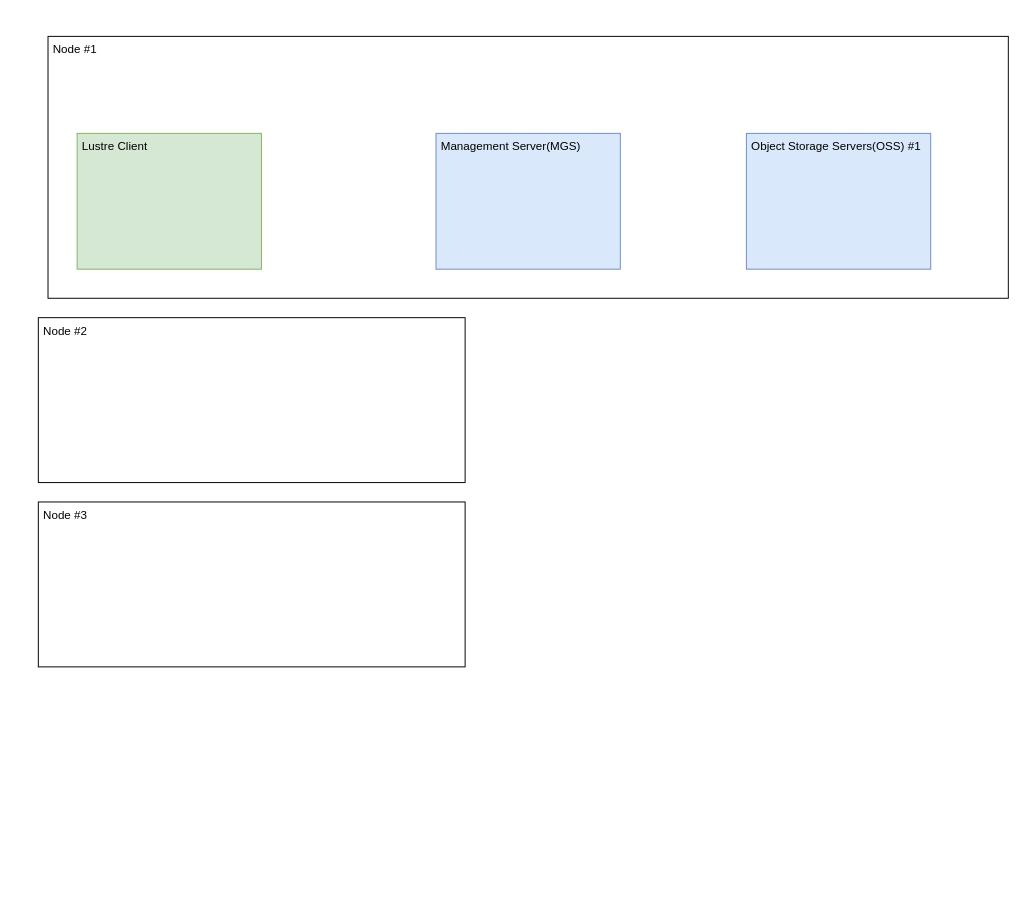
Earlier version of the draw.io diagram Lustre FS.drawio (weed700/Lustre_study). Source tidied: cells renumbered, new cells numbered last; positions are measured from the earlier drawing's top-left corner, leaving out a move shared by most shapes. Both pictures are drawn from the tidied source at 97%, with x=0, y=0 at pixel (38, 36).
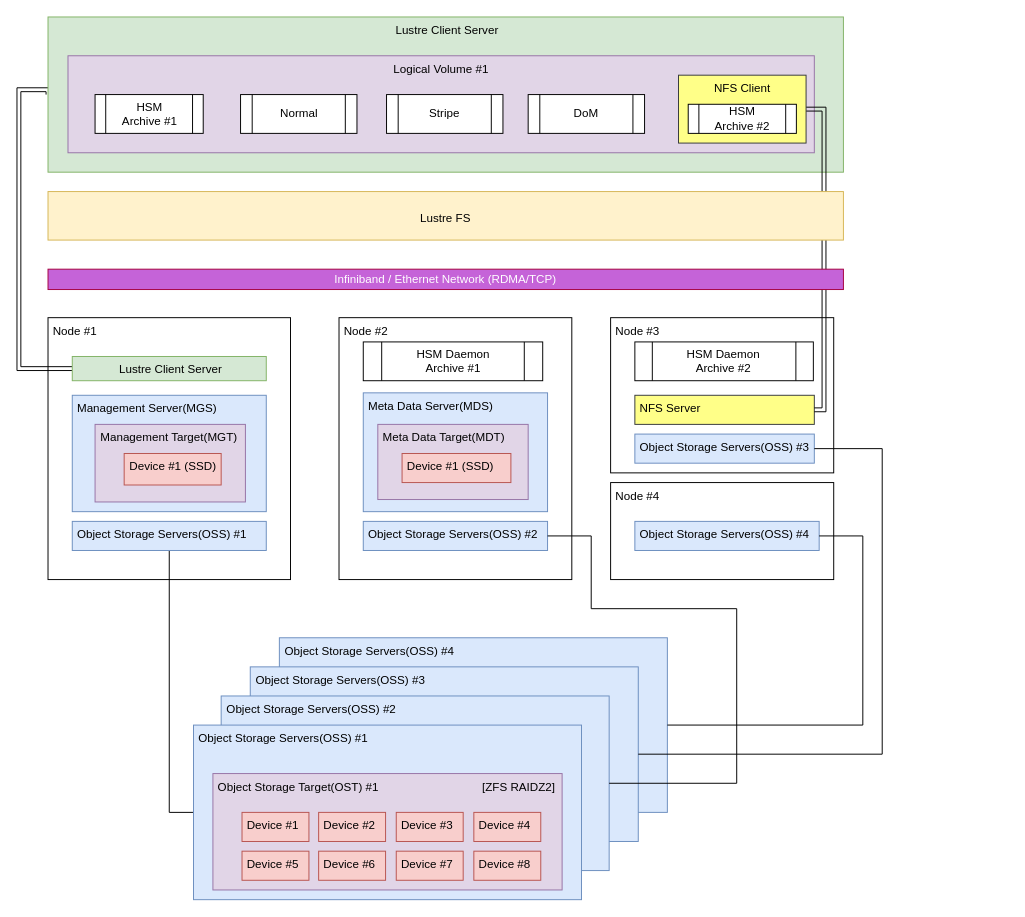
The same diagram, later.

Diff of the diagram source:
```diff
@@
+    <mxCell id="3" value="&amp;nbsp;Node #1&amp;nbsp;&lt;br&gt;" style="rounded=0;whiteSpace=wrap;html=1;align=left;verticalAlign=top;" parent="1" vertex="1">
+      <mxGeometry x="10" y="290" width="250" height="270" as="geometry" />
+    </mxCell>
+    <mxCell id="6" value="&amp;nbsp;Management Server(MGS)" style="rounded=0;whiteSpace=wrap;html=1;align=left;verticalAlign=top;fillColor=#dae8fc;strokeColor=#6c8ebf;" parent="1" vertex="1">
+      <mxGeometry x="35" y="370" width="200" height="120" as="geometry" />
+    </mxCell>
+    <mxCell id="8" value="&amp;nbsp;Management Target(MGT)" style="rounded=0;whiteSpace=wrap;html=1;align=left;verticalAlign=top;fillColor=#e1d5e7;strokeColor=#9673a6;" parent="1" vertex="1">
+      <mxGeometry x="58.5" y="400" width="155" height="80" as="geometry" />
+    </mxCell>
+    <mxCell id="9" value="&lt;div style=&quot;text-align: center;&quot;&gt;&lt;span style=&quot;background-color: initial;&quot;&gt;&amp;nbsp;Device #1&amp;nbsp;&lt;/span&gt;&lt;span style=&quot;background-color: initial;&quot;&gt;(SSD)&lt;/span&gt;&lt;/div&gt;" style="rounded=0;whiteSpace=wrap;html=1;align=left;verticalAlign=top;fillColor=#f8cecc;strokeColor=#b85450;" parent="1" vertex="1">
+      <mxGeometry x="88.5" y="430" width="100" height="32.5" as="geometry" />
+    </mxCell>
+    <mxCell id="10" value="&amp;nbsp;Object Storage Servers(OSS) #4" style="rounded=0;whiteSpace=wrap;html=1;align=left;verticalAlign=top;fillColor=#dae8fc;strokeColor=#6c8ebf;" parent="1" vertex="1">
+      <mxGeometry x="248.5" y="620" width="400" height="180" as="geometry" />
+    </mxCell>
+    <mxCell id="11" value="&amp;nbsp;Object Storage Servers(OSS) #3" style="rounded=0;whiteSpace=wrap;html=1;align=left;verticalAlign=top;fillColor=#dae8fc;strokeColor=#6c8ebf;" parent="1" vertex="1">
+      <mxGeometry x="218.5" y="650" width="400" height="180" as="geometry" />
+    </mxCell>
+    <mxCell id="12" value="&amp;nbsp;Object Storage Servers(OSS) #2" style="rounded=0;whiteSpace=wrap;html=1;align=left;verticalAlign=top;fillColor=#dae8fc;strokeColor=#6c8ebf;" parent="1" vertex="1">
+      <mxGeometry x="188.5" y="680" width="400" height="180" as="geometry" />
+    </mxCell>
+    <mxCell id="13" style="edgeStyle=orthogonalEdgeStyle;rounded=0;jettySize=auto;html=1;exitX=0;exitY=0.5;exitDx=0;exitDy=0;fontSize=12;endArrow=none;endFill=0;" parent="1" edge="1" source="14" target="24">
+      <mxGeometry relative="1" as="geometry" />
+    </mxCell>
+    <mxCell id="14" value="&amp;nbsp;Object Storage Servers(OSS) #1" style="rounded=0;whiteSpace=wrap;html=1;align=left;verticalAlign=top;fillColor=#dae8fc;strokeColor=#6c8ebf;" parent="1" vertex="1">
+      <mxGeometry x="160" y="710" width="400" height="180" as="geometry" />
+    </mxCell>
+    <mxCell id="15" value="&amp;nbsp;Object Storage Target(OST) #1&amp;nbsp; &amp;nbsp; &amp;nbsp; &amp;nbsp; &amp;nbsp; &amp;nbsp; &amp;nbsp; &amp;nbsp; &amp;nbsp; &amp;nbsp; &amp;nbsp; &amp;nbsp; &amp;nbsp; &amp;nbsp; &amp;nbsp; &amp;nbsp; [ZFS RAIDZ2]&amp;nbsp;" style="rounded=0;whiteSpace=wrap;html=1;align=left;verticalAlign=top;fillColor=#e1d5e7;strokeColor=#9673a6;" parent="1" vertex="1">
+      <mxGeometry x="180" y="760" width="360" height="120" as="geometry" />
+    </mxCell>
+    <mxCell id="16" value="&amp;nbsp;Device #1" style="rounded=0;whiteSpace=wrap;html=1;align=left;verticalAlign=top;fillColor=#f8cecc;strokeColor=#b85450;" parent="1" vertex="1">
+      <mxGeometry x="210" y="800" width="69" height="30" as="geometry" />
+    </mxCell>
+    <mxCell id="17" value="&amp;nbsp;Device #2" style="rounded=0;whiteSpace=wrap;html=1;align=left;verticalAlign=top;fillColor=#f8cecc;strokeColor=#b85450;" parent="1" vertex="1">
+      <mxGeometry x="289" y="800" width="69" height="30" as="geometry" />
+    </mxCell>
+    <mxCell id="18" value="&amp;nbsp;Device #3" style="rounded=0;whiteSpace=wrap;html=1;align=left;verticalAlign=top;fillColor=#f8cecc;strokeColor=#b85450;" parent="1" vertex="1">
+      <mxGeometry x="369" y="800" width="69" height="30" as="geometry" />
+    </mxCell>
+    <mxCell id="19" value="&amp;nbsp;Device #4" style="rounded=0;whiteSpace=wrap;html=1;align=left;verticalAlign=top;fillColor=#f8cecc;strokeColor=#b85450;" parent="1" vertex="1">
+      <mxGeometry x="449" y="800" width="69" height="30" as="geometry" />
+    </mxCell>
+    <mxCell id="20" value="&amp;nbsp;Device #5" style="rounded=0;whiteSpace=wrap;html=1;align=left;verticalAlign=top;fillColor=#f8cecc;strokeColor=#b85450;" parent="1" vertex="1">
+      <mxGeometry x="210" y="840" width="69" height="30" as="geometry" />
+    </mxCell>
+    <mxCell id="21" value="&amp;nbsp;Device #6" style="rounded=0;whiteSpace=wrap;html=1;align=left;verticalAlign=top;fillColor=#f8cecc;strokeColor=#b85450;" parent="1" vertex="1">
+      <mxGeometry x="289" y="840" width="69" height="30" as="geometry" />
+    </mxCell>
+    <mxCell id="22" value="&amp;nbsp;Device #7" style="rounded=0;whiteSpace=wrap;html=1;align=left;verticalAlign=top;fillColor=#f8cecc;strokeColor=#b85450;" parent="1" vertex="1">
+      <mxGeometry x="369" y="840" width="69" height="30" as="geometry" />
+    </mxCell>
+    <mxCell id="23" value="&amp;nbsp;Device #8" style="rounded=0;whiteSpace=wrap;html=1;align=left;verticalAlign=top;fillColor=#f8cecc;strokeColor=#b85450;" parent="1" vertex="1">
+      <mxGeometry x="449" y="840" width="69" height="30" as="geometry" />
+    </mxCell>
+    <mxCell id="24" value="&amp;nbsp;Object Storage Servers(OSS) #1" style="rounded=0;whiteSpace=wrap;html=1;align=left;verticalAlign=top;fillColor=#dae8fc;strokeColor=#6c8ebf;" parent="1" vertex="1">
+      <mxGeometry x="35" y="500" width="200" height="30" as="geometry" />
+    </mxCell>
     <mxCell id="2" value="&amp;nbsp;Node #3" style="rounded=0;whiteSpace=wrap;html=1;align=left;verticalAlign=top;" parent="1" vertex="1">
-      <mxGeometry y="480" width="440" height="170" as="geometry" />
+      <mxGeometry x="590" y="290" width="230" height="160" as="geometry" />
     </mxCell>
-    <mxCell id="3" value="&amp;nbsp;Node #1&amp;nbsp;&lt;br&gt;" style="rounded=0;whiteSpace=wrap;html=1;align=left;verticalAlign=top;" parent="1" vertex="1">
-      <mxGeometry x="10" width="990" height="270" as="geometry" />
-    </mxCell>
+    <mxCell id="25" value="&amp;nbsp;Object Storage Servers(OSS) #3" style="rounded=0;whiteSpace=wrap;html=1;align=left;verticalAlign=top;fillColor=#dae8fc;strokeColor=#6c8ebf;" parent="1" vertex="1">
+      <mxGeometry x="615" y="410" width="185" height="30" as="geometry" />
+    </mxCell>
+    <mxCell id="26" value="&amp;nbsp;Node #4" style="rounded=0;whiteSpace=wrap;html=1;align=left;verticalAlign=top;" parent="1" vertex="1">
+      <mxGeometry x="590" y="460" width="230" height="100" as="geometry" />
+    </mxCell>
+    <mxCell id="27" value="&amp;nbsp;Object Storage Servers(OSS) #4" style="rounded=0;whiteSpace=wrap;html=1;align=left;verticalAlign=top;fillColor=#dae8fc;strokeColor=#6c8ebf;" parent="1" vertex="1">
+      <mxGeometry x="615" y="500" width="190" height="30" as="geometry" />
+    </mxCell>
+    <mxCell id="28" style="edgeStyle=orthogonalEdgeStyle;shape=link;rounded=0;jettySize=auto;html=1;exitX=0;exitY=0.5;exitDx=0;exitDy=0;entryX=0;entryY=0.5;entryDx=0;entryDy=0;fontSize=12;endArrow=none;endFill=0;" parent="1" edge="1" source="29" target="36">
+      <mxGeometry relative="1" as="geometry">
+        <Array as="points">
+          <mxPoint x="-20" y="343" />
+          <mxPoint x="-20" y="55" />
+        </Array>
+      </mxGeometry>
+    </mxCell>
+    <mxCell id="29" value="&amp;nbsp;Lustre Client Server" style="rounded=0;whiteSpace=wrap;html=1;align=center;verticalAlign=top;fillColor=#d5e8d4;strokeColor=#82b366;" parent="1" vertex="1">
+      <mxGeometry x="35" y="330" width="200" height="25" as="geometry" />
+    </mxCell>
     <mxCell id="4" value="&amp;nbsp;Node #2" style="rounded=0;whiteSpace=wrap;html=1;align=left;verticalAlign=top;" parent="1" vertex="1">
-      <mxGeometry y="290" width="440" height="170" as="geometry" />
+      <mxGeometry x="310" y="290" width="240" height="270" as="geometry" />
     </mxCell>
-    <mxCell id="5" value="&amp;nbsp;Lustre Client" style="rounded=0;whiteSpace=wrap;html=1;align=left;verticalAlign=top;fillColor=#d5e8d4;strokeColor=#82b366;" parent="1" vertex="1">
-      <mxGeometry x="40" y="100" width="190" height="140" as="geometry" />
-    </mxCell>
-    <mxCell id="6" value="&amp;nbsp;Management Server(MGS)" style="rounded=0;whiteSpace=wrap;html=1;align=left;verticalAlign=top;fillColor=#dae8fc;strokeColor=#6c8ebf;" parent="1" vertex="1">
-      <mxGeometry x="410" y="100" width="190" height="140" as="geometry" />
-    </mxCell>
-    <mxCell id="7" value="&amp;nbsp;Object Storage Servers(OSS) #1" style="rounded=0;whiteSpace=wrap;html=1;align=left;verticalAlign=top;fillColor=#dae8fc;strokeColor=#6c8ebf;" parent="1" vertex="1">
-      <mxGeometry x="730" y="100" width="190" height="140" as="geometry" />
-    </mxCell>
+    <mxCell id="30" value="&amp;nbsp;Meta Data Server(MDS)" style="rounded=0;whiteSpace=wrap;html=1;align=left;verticalAlign=top;fillColor=#dae8fc;strokeColor=#6c8ebf;" parent="1" vertex="1">
+      <mxGeometry x="335" y="367.5" width="190" height="122.5" as="geometry" />
+    </mxCell>
+    <mxCell id="31" value="&amp;nbsp;Object Storage Servers(OSS) #2" style="rounded=0;whiteSpace=wrap;html=1;align=left;verticalAlign=top;fillColor=#dae8fc;strokeColor=#6c8ebf;" parent="1" vertex="1">
+      <mxGeometry x="335" y="500" width="190" height="30" as="geometry" />
+    </mxCell>
+    <mxCell id="32" value="&amp;nbsp;Meta Data Target(MDT)" style="rounded=0;whiteSpace=wrap;html=1;align=left;verticalAlign=top;fillColor=#e1d5e7;strokeColor=#9673a6;" parent="1" vertex="1">
+      <mxGeometry x="350" y="400" width="155" height="77.5" as="geometry" />
+    </mxCell>
+    <mxCell id="33" value="&lt;div style=&quot;text-align: center;&quot;&gt;&lt;span style=&quot;background-color: initial;&quot;&gt;&amp;nbsp;Device #1&amp;nbsp;&lt;/span&gt;&lt;span style=&quot;background-color: initial;&quot;&gt;(SSD)&lt;/span&gt;&lt;/div&gt;" style="rounded=0;whiteSpace=wrap;html=1;align=left;verticalAlign=top;fillColor=#f8cecc;strokeColor=#b85450;" parent="1" vertex="1">
+      <mxGeometry x="375" y="430" width="112.2" height="30" as="geometry" />
+    </mxCell>
+    <mxCell id="34" style="edgeStyle=orthogonalEdgeStyle;rounded=0;jettySize=auto;html=1;exitX=1;exitY=0.5;exitDx=0;exitDy=0;entryX=1;entryY=0.5;entryDx=0;entryDy=0;fontSize=12;endArrow=none;endFill=0;" parent="1" edge="1" source="10" target="27">
+      <mxGeometry relative="1" as="geometry">
+        <Array as="points">
+          <mxPoint x="850" y="710" />
+          <mxPoint x="850" y="515" />
+        </Array>
+      </mxGeometry>
+    </mxCell>
+    <mxCell id="35" style="edgeStyle=orthogonalEdgeStyle;rounded=0;jettySize=auto;html=1;exitX=1;exitY=0.5;exitDx=0;exitDy=0;fontSize=12;endArrow=none;endFill=0;" parent="1" edge="1" source="12" target="31">
+      <mxGeometry relative="1" as="geometry">
+        <Array as="points">
+          <mxPoint x="720" y="770" />
+          <mxPoint x="720" y="590" />
+          <mxPoint x="570" y="590" />
+          <mxPoint x="570" y="515" />
+        </Array>
+      </mxGeometry>
+    </mxCell>
+    <mxCell id="36" value="&amp;nbsp;Lustre Client Server" style="rounded=0;whiteSpace=wrap;html=1;align=center;verticalAlign=top;fillColor=#d5e8d4;strokeColor=#82b366;" parent="1" vertex="1">
+      <mxGeometry x="10" y="-20" width="820" height="160" as="geometry" />
+    </mxCell>
+    <mxCell id="37" value="Logical Volume #1" style="rounded=0;whiteSpace=wrap;html=1;align=center;verticalAlign=top;fillColor=#e1d5e7;strokeColor=#9673a6;" parent="1" vertex="1">
+      <mxGeometry x="30.6" y="20" width="769.4" height="100" as="geometry" />
+    </mxCell>
+    <mxCell id="38" value="HSM&lt;br&gt;Archive #1" style="shape=process;whiteSpace=wrap;html=1;backgroundOutline=1;fontSize=12;" parent="1" vertex="1">
+      <mxGeometry x="58.5" y="60" width="111.5" height="40" as="geometry" />
+    </mxCell>
+    <mxCell id="39" value="Normal" style="shape=process;whiteSpace=wrap;html=1;backgroundOutline=1;fontSize=12;" parent="1" vertex="1">
+      <mxGeometry x="208.5" y="60" width="120" height="40" as="geometry" />
+    </mxCell>
+    <mxCell id="40" value="Stripe" style="shape=process;whiteSpace=wrap;html=1;backgroundOutline=1;fontSize=12;" parent="1" vertex="1">
+      <mxGeometry x="359" y="60" width="120" height="40" as="geometry" />
+    </mxCell>
+    <mxCell id="41" value="DoM" style="shape=process;whiteSpace=wrap;html=1;backgroundOutline=1;fontSize=12;" parent="1" vertex="1">
+      <mxGeometry x="505" y="60" width="120" height="40" as="geometry" />
+    </mxCell>
+    <mxCell id="42" value="HSM Daemon&lt;br&gt;Archive #1" style="shape=process;whiteSpace=wrap;html=1;backgroundOutline=1;fontSize=12;" parent="1" vertex="1">
+      <mxGeometry x="335" y="315" width="185" height="40" as="geometry" />
+    </mxCell>
+    <mxCell id="43" value="&amp;nbsp;NFS Server" style="rounded=0;whiteSpace=wrap;html=1;align=left;verticalAlign=top;fillColor=#ffff88;strokeColor=#36393d;" parent="1" vertex="1">
+      <mxGeometry x="615" y="370" width="185" height="30" as="geometry" />
+    </mxCell>
+    <mxCell id="44" value="HSM Daemon&lt;br&gt;Archive #2" style="shape=process;whiteSpace=wrap;html=1;backgroundOutline=1;fontSize=12;" parent="1" vertex="1">
+      <mxGeometry x="615" y="315" width="184" height="40" as="geometry" />
+    </mxCell>
+    <mxCell id="45" style="edgeStyle=orthogonalEdgeStyle;rounded=0;jettySize=auto;html=1;exitX=1;exitY=0.5;exitDx=0;exitDy=0;entryX=1;entryY=0.5;entryDx=0;entryDy=0;fontSize=12;endArrow=none;endFill=0;" parent="1" edge="1" source="11" target="25">
+      <mxGeometry relative="1" as="geometry">
+        <Array as="points">
+          <mxPoint x="870" y="740" />
+          <mxPoint x="870" y="425" />
+        </Array>
+      </mxGeometry>
+    </mxCell>
+    <mxCell id="46" style="edgeStyle=orthogonalEdgeStyle;shape=link;rounded=0;jettySize=auto;html=1;exitX=1;exitY=0.5;exitDx=0;exitDy=0;entryX=1;entryY=0.5;entryDx=0;entryDy=0;fontSize=12;endArrow=none;endFill=0;" parent="1" edge="1" source="47" target="43">
+      <mxGeometry relative="1" as="geometry">
+        <Array as="points">
+          <mxPoint x="810" y="75" />
+          <mxPoint x="810" y="385" />
+        </Array>
+      </mxGeometry>
+    </mxCell>
+    <mxCell id="47" value="NFS Client" style="rounded=0;whiteSpace=wrap;html=1;align=center;verticalAlign=top;fillColor=#ffff88;strokeColor=#36393d;" parent="1" vertex="1">
+      <mxGeometry x="660" y="40" width="131.5" height="70" as="geometry" />
+    </mxCell>
+    <mxCell id="48" value="Infiniband / Ethernet Network (RDMA/TCP)" style="rounded=0;whiteSpace=wrap;html=1;fillColor=#C563D8;strokeColor=#A50040;fontColor=#ffffff;" parent="1" vertex="1">
+      <mxGeometry x="10" y="240" width="820" height="21" as="geometry" />
+    </mxCell>
+    <mxCell id="49" value="&lt;font style=&quot;font-size: 12px;&quot;&gt;&lt;br&gt;Lustre FS&lt;/font&gt;" style="rounded=0;whiteSpace=wrap;html=1;align=center;verticalAlign=top;fillColor=#fff2cc;strokeColor=#d6b656;" parent="1" vertex="1">
+      <mxGeometry x="10" y="160" width="820" height="50" as="geometry" />
+    </mxCell>
+    <mxCell id="50" value="HSM&lt;br&gt;Archive #2" style="shape=process;whiteSpace=wrap;html=1;backgroundOutline=1;fontSize=12;" parent="1" vertex="1">
+      <mxGeometry x="670" y="70" width="111.5" height="30" as="geometry" />
+    </mxCell>
```
